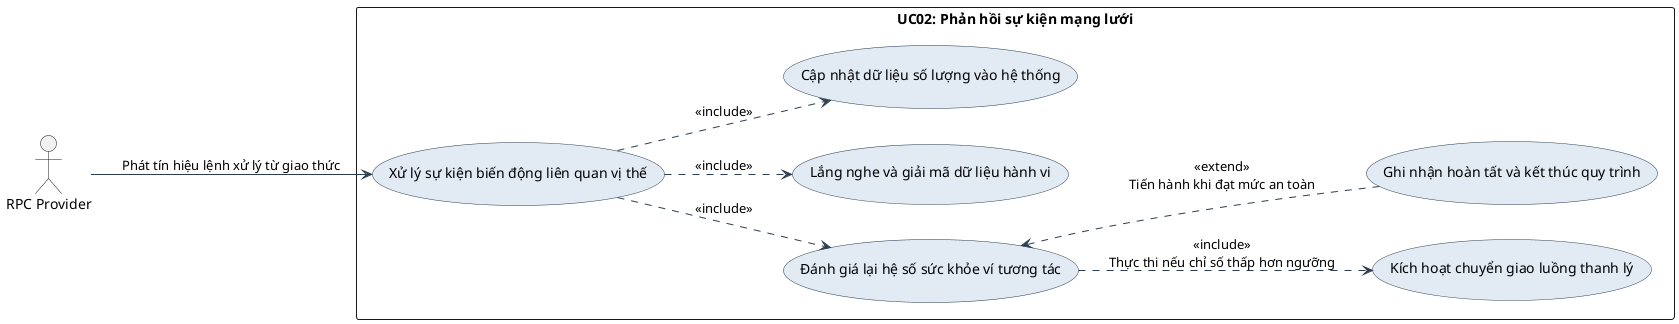
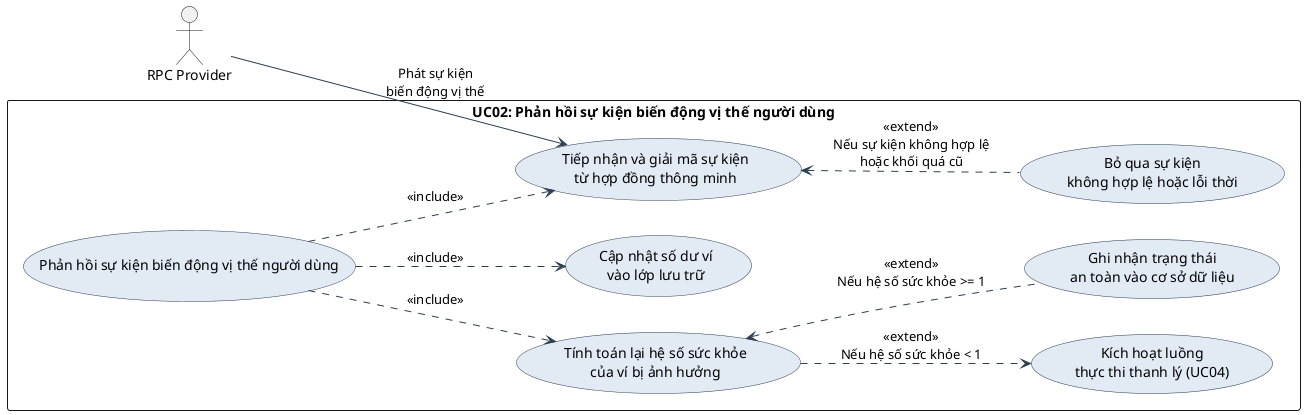
﻿@startuml
skinparam packageStyle rectangle
skinparam backgroundColor #FFFFFF
skinparam usecase {
    BackgroundColor #E2EAF4
    BorderColor #2C3E50
    ArrowColor #2C3E50
    FontName Arial
}

left to right direction

actor "RPC Provider" as RPC

- rectangle "UC02: Phản hồi sự kiện mạng lưới" {
+ rectangle "UC02: Phản hồi sự kiện biến động vị thế người dùng" {

-     usecase "Xử lý sự kiện biến động liên quan vị thế" as UC02
+     usecase "Phản hồi sự kiện biến động vị thế người dùng" as UC02

-     usecase "Lắng nghe và giải mã dữ liệu hành vi" as Sub1
-     usecase "Cập nhật dữ liệu số lượng vào hệ thống" as Sub2
-     usecase "Đánh giá lại hệ số sức khỏe ví tương tác" as Sub3
+     usecase "Tiếp nhận và giải mã sự kiện\ntừ hợp đồng thông minh" as Sub1
+     usecase "Cập nhật số dư ví\nvào lớp lưu trữ" as Sub2
+     usecase "Tính toán lại hệ số sức khỏe\ncủa ví bị ảnh hưởng" as Sub3

-     usecase "Kích hoạt chuyển giao luồng thanh lý" as Sub4
-     usecase "Ghi nhận hoàn tất và kết thúc quy trình" as Ext1
+     usecase "Kích hoạt luồng\nthực thi thanh lý (UC04)" as Sub4
+     usecase "Ghi nhận trạng thái\nan toàn vào cơ sở dữ liệu" as Ext1
+ 
+     usecase "Bỏ qua sự kiện\nkhông hợp lệ hoặc lỗi thời" as Ext2
}

- RPC --> UC02 : "Phát tín hiệu lệnh xử lý từ giao thức"
+ RPC --> Sub1 : "Phát sự kiện\nbiến động vị thế"

UC02 ..> Sub1 : <<include>>
UC02 ..> Sub2 : <<include>>
UC02 ..> Sub3 : <<include>>

- Sub3 ..> Sub4 : <<include>>\nThực thi nếu chỉ số thấp hơn ngưỡng
- Ext1 .up.> Sub3 : <<extend>>\nTiến hành khi đạt mức an toàn
+ Sub3 ..> Sub4 : <<extend>>\nNếu hệ số sức khỏe < 1
+ Ext1 .up.> Sub3 : <<extend>>\nNếu hệ số sức khỏe >= 1
+ Ext2 .up.> Sub1 : <<extend>>\nNếu sự kiện không hợp lệ\nhoặc khối quá cũ

@enduml
